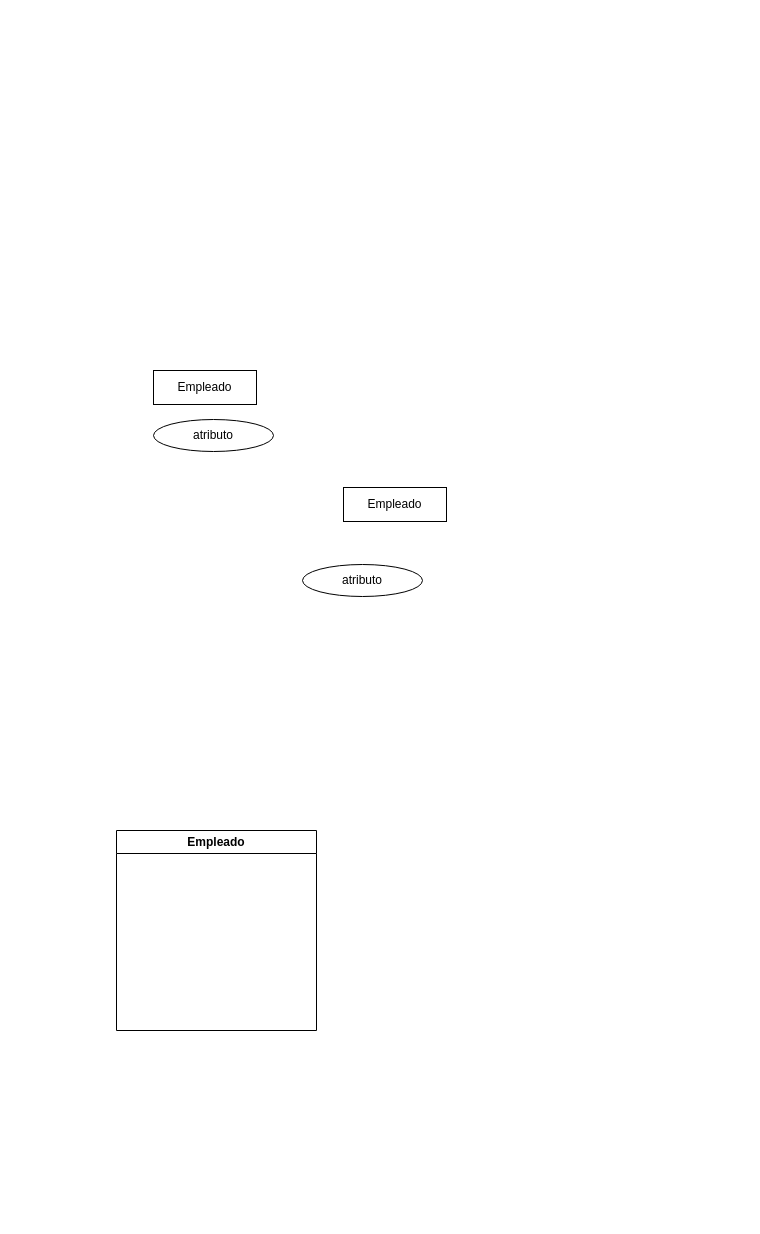
Before: Diagrama sin título.drawio in konnylisethalucematorresCAMPUS/baseDeDatosJhon, a draw.io diagram. Source tidied: cells renumbered, new cells numbered last; positions are measured from the earlier drawing's top-left corner, leaving out a move shared by most shapes. Both pictures are drawn from the tidied source at 100%, with x=0, y=0 at pixel (116, 370).
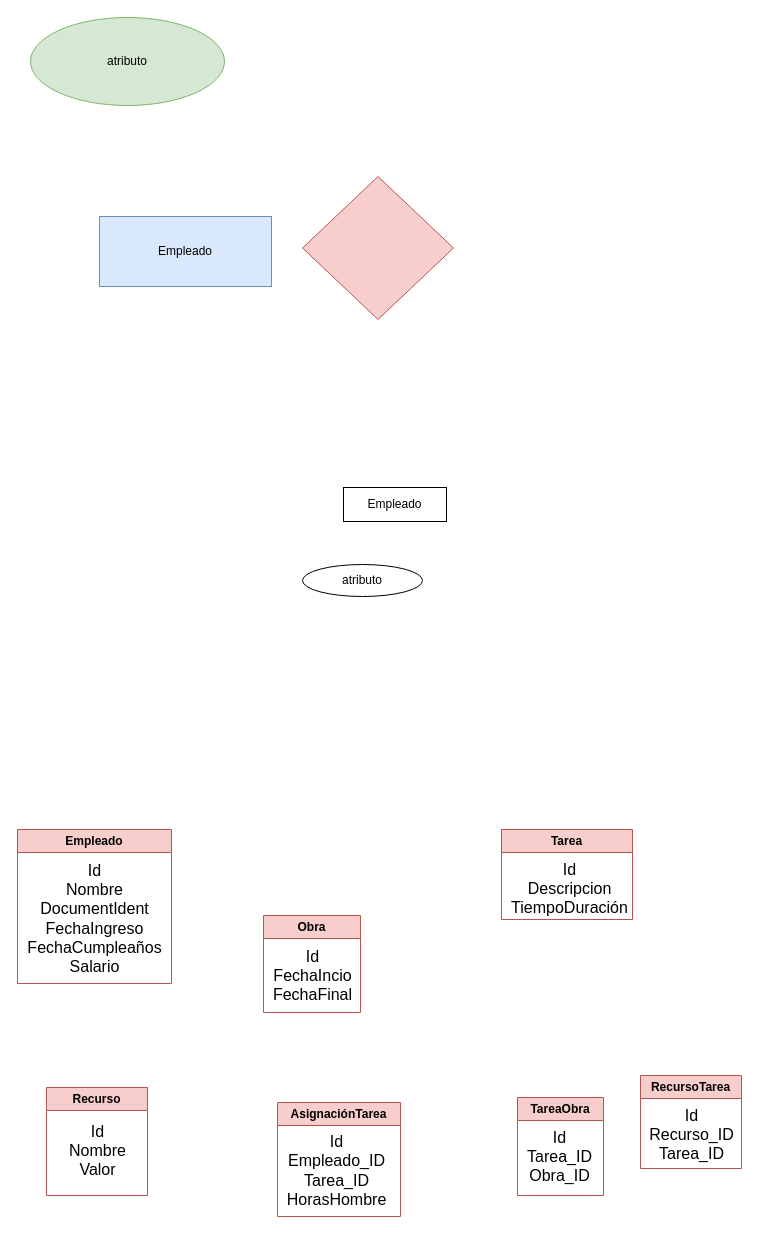
The same page after the edit.

Change to the diagram source:
```diff
@@
-    <mxCell id="3" value="atributo" style="ellipse;whiteSpace=wrap;html=1;" parent="1" vertex="1">
-      <mxGeometry x="37" y="49" width="120" height="32" as="geometry" />
+    <mxCell id="3" value="atributo" style="ellipse;whiteSpace=wrap;html=1;fillColor=#d5e8d4;strokeColor=#82b366;" parent="1" vertex="1">
+      <mxGeometry x="-86" y="-353" width="194" height="88" as="geometry" />
     </mxCell>
-    <mxCell id="4" value="Empleado" style="rounded=0;whiteSpace=wrap;html=1;" parent="1" vertex="1">
-      <mxGeometry x="37" width="103" height="34" as="geometry" />
+    <mxCell id="4" value="Empleado" style="rounded=0;whiteSpace=wrap;html=1;fillColor=#dae8fc;strokeColor=#6c8ebf;" parent="1" vertex="1">
+      <mxGeometry x="-17" y="-154" width="172" height="70" as="geometry" />
     </mxCell>
@@
-    <mxCell id="6" value="Empleado" style="swimlane;whiteSpace=wrap;html=1;" parent="1" vertex="1">
-      <mxGeometry y="460" width="200" height="200" as="geometry" />
+    <mxCell id="6" value="Empleado" style="swimlane;whiteSpace=wrap;html=1;fillColor=#f8cecc;strokeColor=#b85450;" parent="1" vertex="1">
+      <mxGeometry x="-99" y="459" width="154" height="154" as="geometry" />
     </mxCell>
+    <mxCell id="7" value="Id&lt;div&gt;Nombre&lt;/div&gt;&lt;div&gt;DocumentIdent&lt;/div&gt;&lt;div&gt;FechaIngreso&lt;/div&gt;&lt;div&gt;FechaCumpleaños&lt;/div&gt;&lt;div&gt;Salario&lt;/div&gt;" style="text;html=1;align=center;verticalAlign=middle;strokeColor=none;fillColor=none;fontSize=16;" parent="6" vertex="1">
+      <mxGeometry x="0.5" y="25" width="152" height="127" as="geometry" />
+    </mxCell>
+    <mxCell id="8" value="Obra" style="swimlane;whiteSpace=wrap;html=1;startSize=23;fillColor=#f8cecc;strokeColor=#b85450;" parent="1" vertex="1">
+      <mxGeometry x="147" y="545" width="97" height="97" as="geometry" />
+    </mxCell>
+    <mxCell id="9" value="Id&lt;div&gt;FechaIncio&lt;/div&gt;&lt;div&gt;FechaFinal&lt;/div&gt;" style="text;html=1;align=center;verticalAlign=middle;strokeColor=none;fillColor=none;fontSize=16;" parent="8" vertex="1">
+      <mxGeometry y="25" width="97" height="70" as="geometry" />
+    </mxCell>
+    <mxCell id="10" value="Tarea" style="swimlane;whiteSpace=wrap;html=1;fillColor=#f8cecc;strokeColor=#b85450;" parent="1" vertex="1">
+      <mxGeometry x="385" y="459" width="131" height="90" as="geometry" />
+    </mxCell>
+    <mxCell id="11" value="Id&lt;div&gt;Descripcion&lt;/div&gt;&lt;div&gt;TiempoDuración&lt;/div&gt;" style="text;html=1;align=center;verticalAlign=middle;strokeColor=none;fillColor=none;fontSize=16;" parent="10" vertex="1">
+      <mxGeometry y="24" width="135" height="70" as="geometry" />
+    </mxCell>
+    <mxCell id="12" value="Recurso" style="swimlane;whiteSpace=wrap;html=1;fillColor=#f8cecc;strokeColor=#b85450;" parent="1" vertex="1">
+      <mxGeometry x="-70" y="717" width="101" height="108" as="geometry" />
+    </mxCell>
+    <mxCell id="13" value="Id&lt;div&gt;Nombre&lt;/div&gt;&lt;div&gt;Valor&lt;/div&gt;" style="text;html=1;align=center;verticalAlign=middle;strokeColor=none;fillColor=none;fontSize=16;" parent="12" vertex="1">
+      <mxGeometry x="13" y="28" width="75" height="70" as="geometry" />
+    </mxCell>
+    <mxCell id="14" value="AsignaciónTarea" style="swimlane;whiteSpace=wrap;html=1;fillColor=#f8cecc;strokeColor=#b85450;" parent="1" vertex="1">
+      <mxGeometry x="161" y="732" width="123" height="114" as="geometry" />
+    </mxCell>
+    <mxCell id="15" value="Id&lt;br&gt;&lt;div&gt;Empleado_ID&lt;/div&gt;&lt;div&gt;Tarea_ID&lt;/div&gt;&lt;div&gt;HorasHombre&lt;/div&gt;" style="text;html=1;align=center;verticalAlign=middle;strokeColor=none;fillColor=none;fontSize=16;" parent="14" vertex="1">
+      <mxGeometry y="23.5" width="118" height="89" as="geometry" />
+    </mxCell>
+    <mxCell id="16" value="TareaObra" style="swimlane;whiteSpace=wrap;html=1;fillColor=#f8cecc;strokeColor=#b85450;" parent="1" vertex="1">
+      <mxGeometry x="401" y="727" width="86" height="98" as="geometry" />
+    </mxCell>
+    <mxCell id="17" value="Id&lt;div&gt;Tarea_ID&lt;/div&gt;&lt;div&gt;Obra_ID&lt;/div&gt;" style="text;html=1;align=center;verticalAlign=middle;strokeColor=none;fillColor=none;fontSize=16;" parent="16" vertex="1">
+      <mxGeometry y="24" width="83" height="70" as="geometry" />
+    </mxCell>
+    <mxCell id="18" value="RecursoTarea" style="swimlane;whiteSpace=wrap;html=1;fillColor=#f8cecc;strokeColor=#b85450;" parent="1" vertex="1">
+      <mxGeometry x="524" y="705" width="101" height="93" as="geometry" />
+    </mxCell>
+    <mxCell id="19" value="Id&lt;div&gt;Recurso_ID&lt;/div&gt;&lt;div&gt;Tarea_ID&lt;/div&gt;" style="text;html=1;align=center;verticalAlign=middle;strokeColor=none;fillColor=none;fontSize=16;" parent="18" vertex="1">
+      <mxGeometry y="24" width="102" height="70" as="geometry" />
+    </mxCell>
+    <mxCell id="20" style="rhombus;whiteSpace=wrap;html=1;direction=south;fillColor=#f8cecc;strokeColor=#b85450;" parent="1" vertex="1">
+      <mxGeometry x="186" y="-194" width="151" height="143" as="geometry" />
+    </mxCell>
+    <mxCell id="21" style="edgeStyle=none;curved=1;rounded=0;orthogonalLoop=1;jettySize=auto;html=1;exitX=0.75;exitY=1;exitDx=0;exitDy=0;fontSize=12;startSize=8;endSize=8;" parent="1" edge="1" source="4" target="4">
+      <mxGeometry relative="1" as="geometry" />
+    </mxCell>
```
